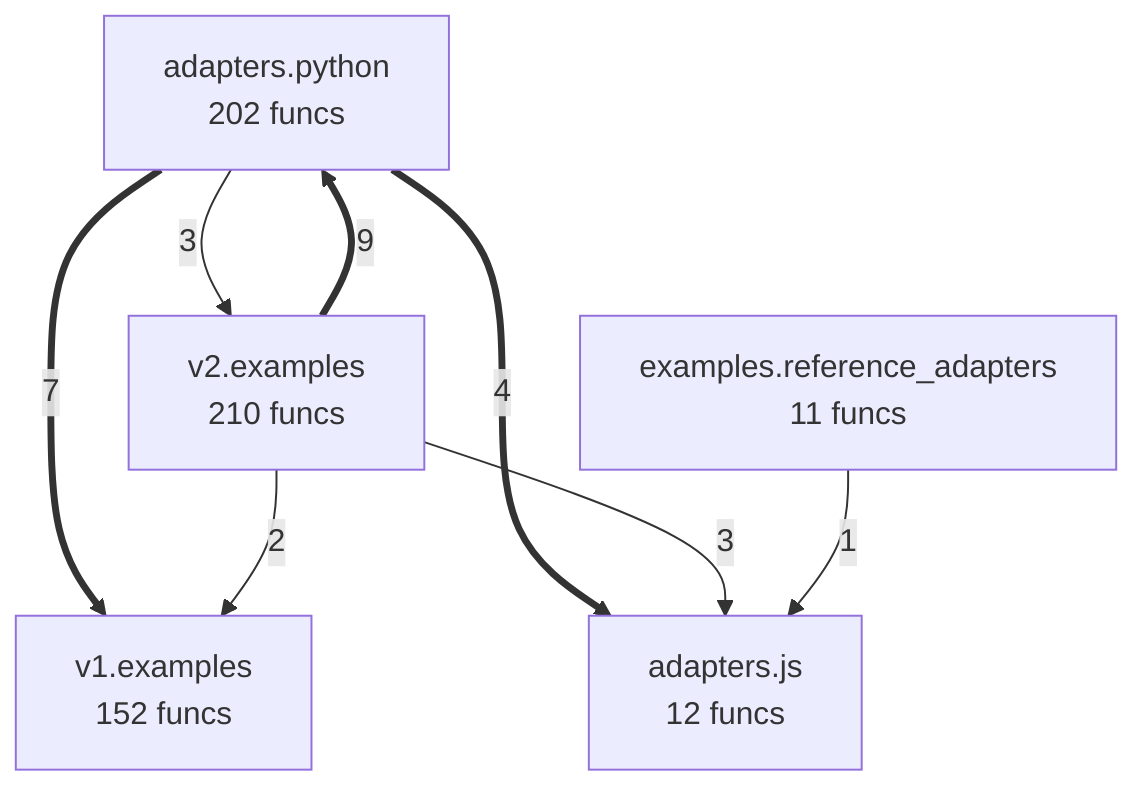
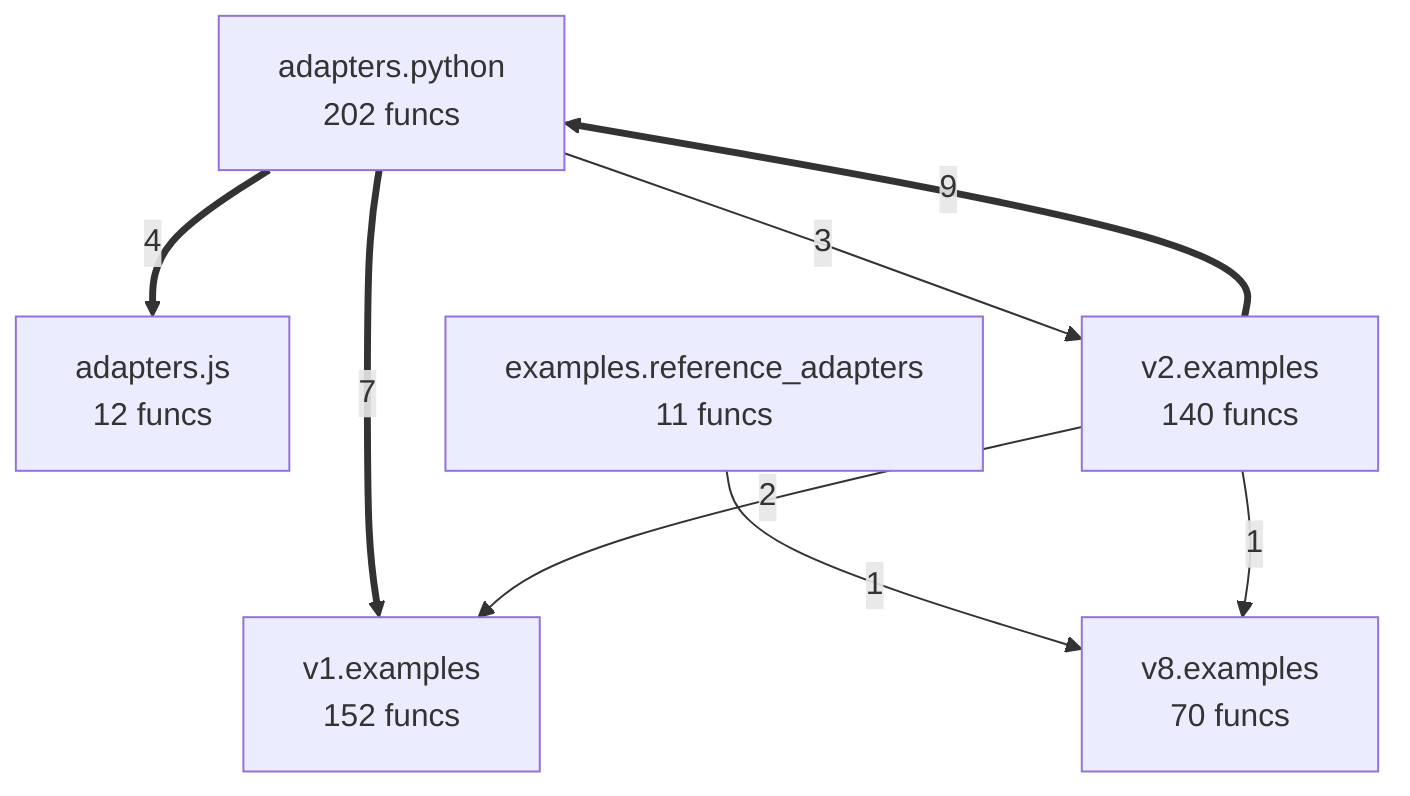
flowchart TD
%% generated in 0.01s
    adapters__js["adapters.js<br/>12 funcs"]
    adapters__python["adapters.python<br/>202 funcs"]
    examples__reference_adapters["examples.reference_adapters<br/>11 funcs"]
    v1__examples["v1.examples<br/>152 funcs"]
-     v2__examples["v2.examples<br/>210 funcs"]
+     v2__examples["v2.examples<br/>140 funcs"]
+     v8__examples["v8.examples<br/>70 funcs"]
    v2__examples ==>|9| adapters__python
    adapters__python ==>|7| v1__examples
    adapters__python ==>|4| adapters__js
    adapters__python -->|3| v2__examples
-     v2__examples -->|3| adapters__js
    v2__examples -->|2| v1__examples
-     examples__reference_adapters -->|1| adapters__js
+     examples__reference_adapters -->|1| v8__examples
+     v2__examples -->|1| v8__examples
